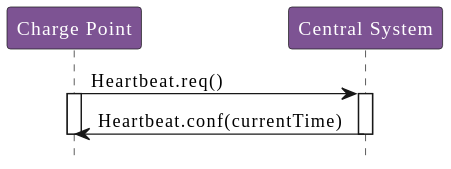
The PlantUML diagram OCPP_1.6/images/figure_17.svg in phoi5675/ocpp-markdown, before a commit. The source it was exported from:
```plantuml
@startuml
!include style.puml

participant "Charge Point" as ChargePoint
participant "Central System" as CentralSystem

ChargePoint -> CentralSystem : Heartbeat.req()

activate ChargePoint
activate CentralSystem

CentralSystem -> ChargePoint : Heartbeat.conf(currentTime)

deactivate CentralSystem
deactivate ChargePoint
@enduml
```
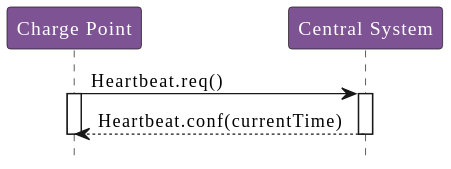
Above is the later version.

Change to the diagram source:
```diff
@@ -5,12 +5,10 @@
 participant "Central System" as CentralSystem
 
 ChargePoint -> CentralSystem : Heartbeat.req()
-
 activate ChargePoint
 activate CentralSystem
 
-CentralSystem -> ChargePoint : Heartbeat.conf(currentTime)
-
+CentralSystem --> ChargePoint : Heartbeat.conf(currentTime)
 deactivate CentralSystem
 deactivate ChargePoint
 @enduml
```
